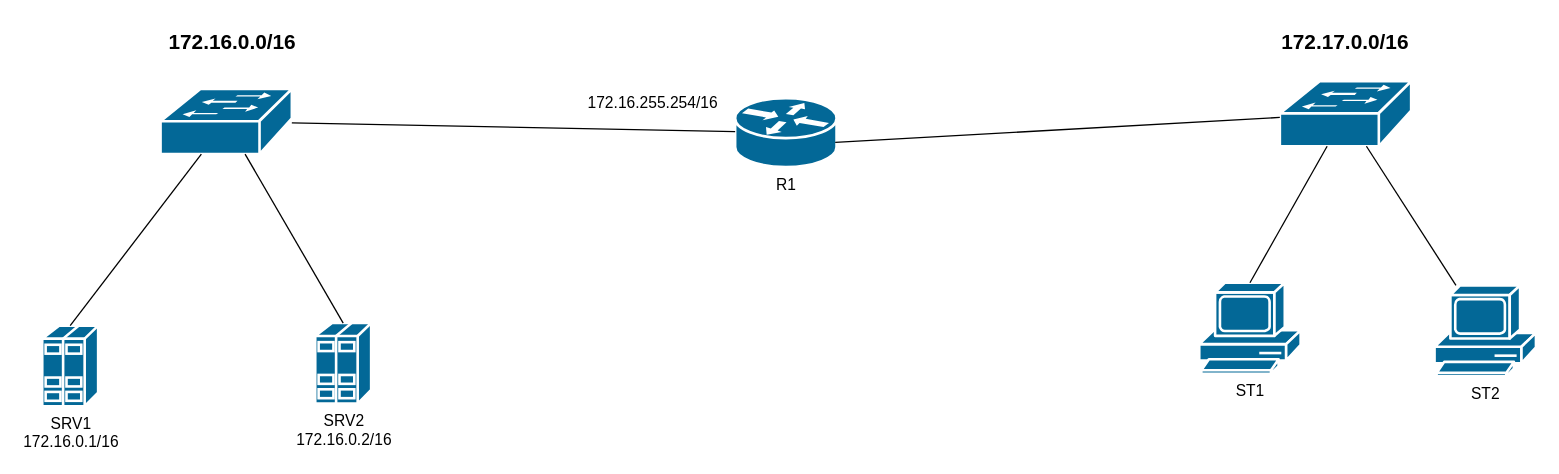
This is Exercice2/schema.drawio from BarthBruvori/epsi-asrc-b2m2-tp1-routage, a draw.io file, before an edit. Source tidied: cells renumbered, new cells numbered last; positions are measured from the earlier drawing's top-left corner, leaving out a move shared by most shapes. Both pictures are drawn from the tidied source at 130%, with x=0, y=0 at pixel (42, 22).
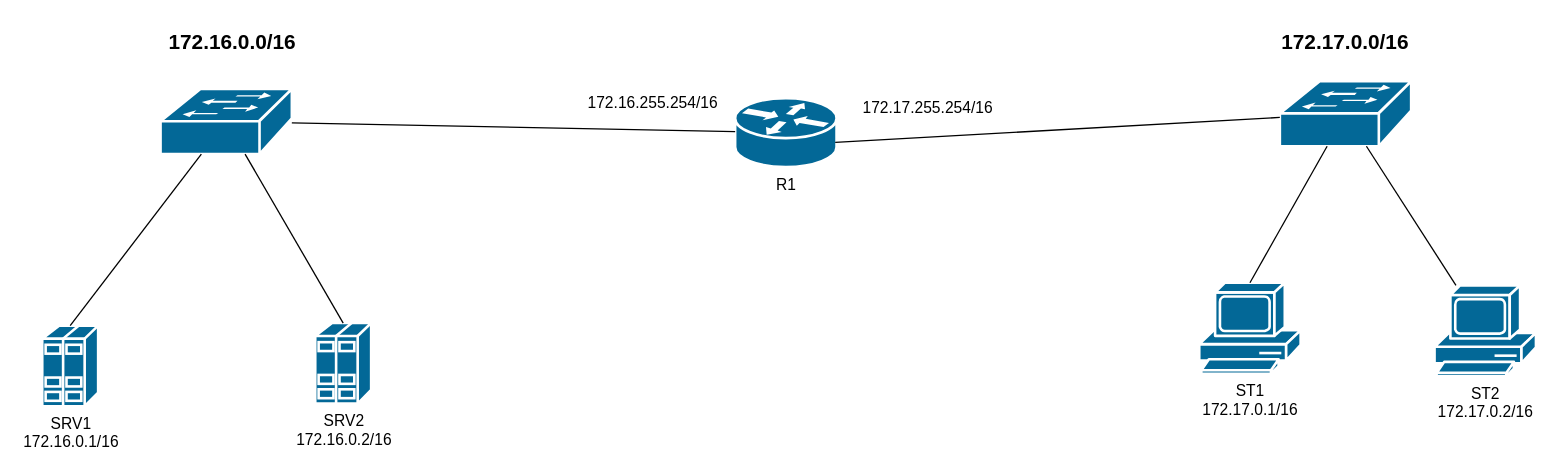
After the change.

Commit message:
E2 - plan d'adressage Réseau 2

Change to the diagram source:
```diff
@@
 <mxGraphModel background="#ffffff">
   <root>
     <mxCell id="0" />
     <mxCell id="1" parent="0" />
     <mxCell id="2" style="shape=mxgraph.cisco.switches.workgroup_switch;sketch=0;html=1;dashed=0;fillColor=#036897;strokeColor=#ffffff;strokeWidth=2;verticalLabelPosition=bottom;verticalAlign=top;align=center;outlineConnect=0;" parent="1" vertex="1">
       <mxGeometry x="91" y="51" width="101" height="50" as="geometry" />
     </mxCell>
     <mxCell id="3" value="&lt;font color=&quot;#000000&quot;&gt;SRV1&lt;br&gt;172.16.0.1/16&lt;br&gt;&lt;/font&gt;" style="shape=mxgraph.cisco.servers.standard_host;sketch=0;html=1;dashed=0;fillColor=#036897;strokeColor=#ffffff;strokeWidth=2;verticalLabelPosition=bottom;verticalAlign=top;align=center;outlineConnect=0;" parent="1" vertex="1">
       <mxGeometry y="233" width="43" height="62" as="geometry" />
     </mxCell>
     <mxCell id="4" value="SRV2&lt;br&gt;172.16.0.2/16" style="shape=mxgraph.cisco.servers.standard_host;sketch=0;html=1;dashed=0;fillColor=#036897;strokeColor=#ffffff;strokeWidth=2;verticalLabelPosition=bottom;verticalAlign=top;align=center;outlineConnect=0;fontColor=#000000;" parent="1" vertex="1">
       <mxGeometry x="210" y="231" width="43" height="62" as="geometry" />
     </mxCell>
     <mxCell id="5" style="endArrow=none;html=1;strokeColor=#000000;exitX=0.5;exitY=0;exitDx=0;exitDy=0;exitPerimeter=0;" parent="1" edge="1" source="3" target="2">
       <mxGeometry relative="1" as="geometry" />
     </mxCell>
     <mxCell id="6" style="endArrow=none;html=1;strokeColor=#000000;exitX=0.5;exitY=0;exitDx=0;exitDy=0;exitPerimeter=0;" parent="1" edge="1" source="4" target="2">
       <mxGeometry relative="1" as="geometry" />
     </mxCell>
     <mxCell id="7" value="172.16.0.0/16" style="text;html=1;strokeColor=none;fillColor=none;align=center;verticalAlign=middle;whiteSpace=wrap;rounded=0;fontColor=#000000;fontStyle=1;fontSize=16;" parent="1" vertex="1">
       <mxGeometry x="91" width="111" height="30" as="geometry" />
     </mxCell>
     <mxCell id="8" style="shape=mxgraph.cisco.switches.workgroup_switch;sketch=0;html=1;dashed=0;fillColor=#036897;strokeColor=#ffffff;strokeWidth=2;verticalLabelPosition=bottom;verticalAlign=top;align=center;outlineConnect=0;fontSize=16;fontColor=#000000;" parent="1" vertex="1">
       <mxGeometry x="952" y="45" width="101" height="50" as="geometry" />
     </mxCell>
-    <mxCell id="9" value="ST1" style="shape=mxgraph.cisco.computers_and_peripherals.pc;sketch=0;html=1;dashed=0;fillColor=#036897;strokeColor=#ffffff;strokeWidth=2;verticalLabelPosition=bottom;verticalAlign=top;align=center;outlineConnect=0;fontSize=12;fontColor=#000000;" parent="1" vertex="1">
+    <mxCell id="9" value="ST1&lt;br&gt;172.17.0.1/16" style="shape=mxgraph.cisco.computers_and_peripherals.pc;sketch=0;html=1;dashed=0;fillColor=#036897;strokeColor=#ffffff;strokeWidth=2;verticalLabelPosition=bottom;verticalAlign=top;align=center;outlineConnect=0;fontSize=12;fontColor=#000000;" parent="1" vertex="1">
       <mxGeometry x="890" y="200" width="78" height="70" as="geometry" />
     </mxCell>
-    <mxCell id="10" value="ST2" style="shape=mxgraph.cisco.computers_and_peripherals.pc;sketch=0;html=1;dashed=0;fillColor=#036897;strokeColor=#ffffff;strokeWidth=2;verticalLabelPosition=bottom;verticalAlign=top;align=center;outlineConnect=0;fontSize=12;fontColor=#000000;" parent="1" vertex="1">
+    <mxCell id="10" value="ST2&lt;br&gt;172.17.0.2/16" style="shape=mxgraph.cisco.computers_and_peripherals.pc;sketch=0;html=1;dashed=0;fillColor=#036897;strokeColor=#ffffff;strokeWidth=2;verticalLabelPosition=bottom;verticalAlign=top;align=center;outlineConnect=0;fontSize=12;fontColor=#000000;" parent="1" vertex="1">
       <mxGeometry x="1071" y="202" width="78" height="70" as="geometry" />
     </mxCell>
     <mxCell id="11" style="endArrow=none;html=1;strokeColor=#000000;fontSize=16;fontColor=#000000;exitX=0.5;exitY=0;exitDx=0;exitDy=0;exitPerimeter=0;" parent="1" edge="1" source="9" target="8">
       <mxGeometry relative="1" as="geometry" />
     </mxCell>
     <mxCell id="12" style="endArrow=none;html=1;strokeColor=#000000;fontSize=16;fontColor=#000000;" parent="1" edge="1" source="10" target="8">
       <mxGeometry relative="1" as="geometry" />
     </mxCell>
     <mxCell id="13" value="172.17.0.0/16" style="text;html=1;strokeColor=none;fillColor=none;align=center;verticalAlign=middle;whiteSpace=wrap;rounded=0;fontColor=#000000;fontStyle=1;fontSize=16;" parent="1" vertex="1">
       <mxGeometry x="947" width="111" height="30" as="geometry" />
     </mxCell>
     <mxCell id="14" value="R1" style="shape=mxgraph.cisco.routers.router;sketch=0;html=1;dashed=0;fillColor=#036897;strokeColor=#ffffff;strokeWidth=2;verticalLabelPosition=bottom;verticalAlign=top;align=center;outlineConnect=0;fontSize=12;fontColor=#000000;" parent="1" vertex="1">
       <mxGeometry x="533" y="58" width="78" height="53" as="geometry" />
     </mxCell>
     <mxCell id="15" style="endArrow=none;html=1;strokeColor=#000000;fontSize=12;fontColor=#000000;" parent="1" edge="1" source="2" target="14">
       <mxGeometry relative="1" as="geometry" />
     </mxCell>
     <mxCell id="16" style="endArrow=none;html=1;strokeColor=#000000;fontSize=12;fontColor=#000000;exitX=0.987;exitY=0.642;exitDx=0;exitDy=0;exitPerimeter=0;" parent="1" edge="1" source="14" target="8">
       <mxGeometry relative="1" as="geometry" />
     </mxCell>
     <mxCell id="17" value="172.16.255.254/16" style="text;html=1;strokeColor=none;fillColor=none;align=center;verticalAlign=middle;whiteSpace=wrap;rounded=0;fontSize=12;fontColor=#000000;" parent="1" vertex="1">
       <mxGeometry x="416" y="47" width="108" height="30" as="geometry" />
     </mxCell>
+    <mxCell id="18" value="172.17.255.254/16" style="text;html=1;strokeColor=none;fillColor=none;align=center;verticalAlign=middle;whiteSpace=wrap;rounded=0;fontSize=12;fontColor=#000000;" parent="1" vertex="1">
+      <mxGeometry x="619" y="51" width="125" height="30" as="geometry" />
+    </mxCell>
   </root>
 </mxGraphModel>
```
